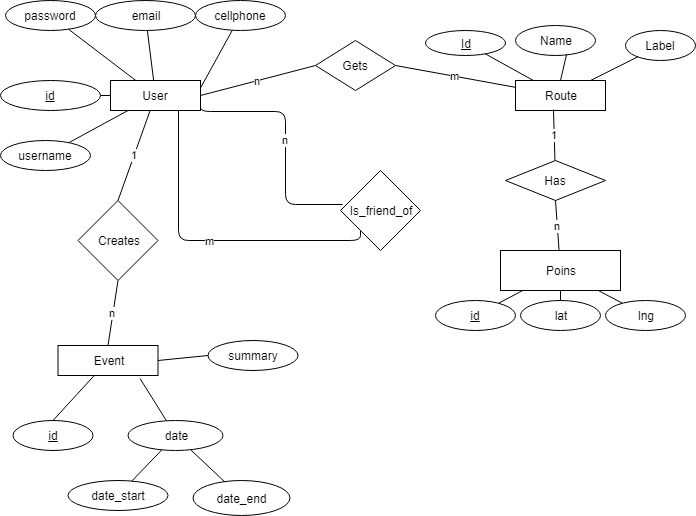
The draw.io diagram docs/CyClub DB E-R.png in santb08/CyClub, before a commit. Source tidied: cells renumbered, new cells last; positions are measured from the earlier drawing's top-left corner, leaving out a move shared by most shapes.
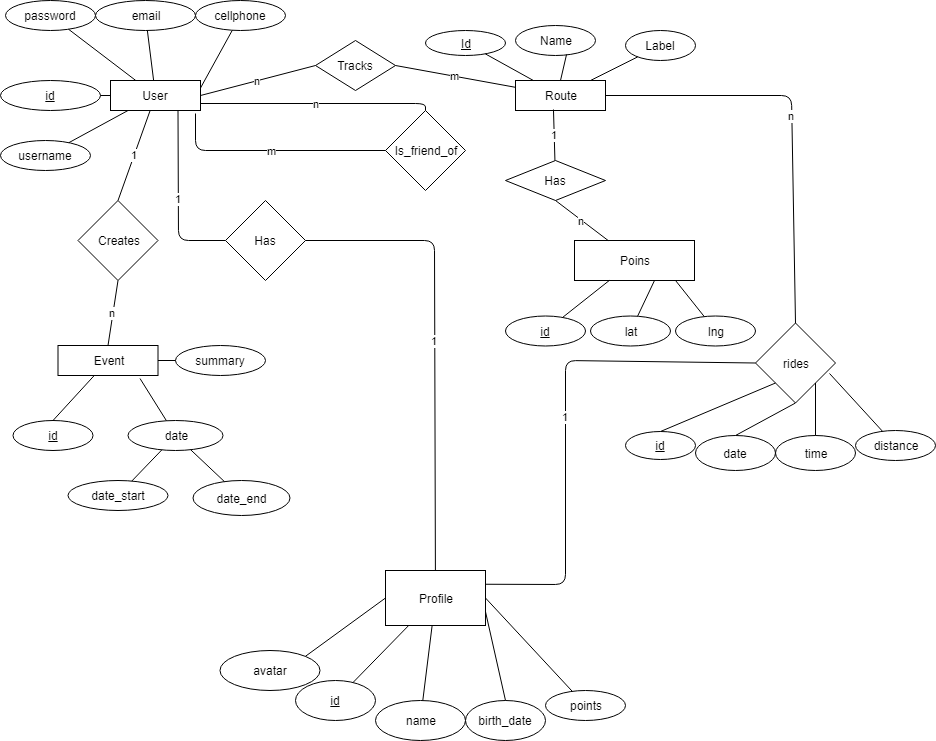
After the commit.

The edit, as a diff of the source:
```diff
@@ -35,7 +35,7 @@
     <mxCell id="12" style="endArrow=none;html=1;exitX=1;exitY=0.25;exitDx=0;exitDy=0;" parent="1" edge="1" source="2" target="9">
       <mxGeometry relative="1" as="geometry" />
     </mxCell>
-    <mxCell id="13" value="Gets" style="rhombus;whiteSpace=wrap;html=1;" parent="1" vertex="1">
+    <mxCell id="13" value="Tracks" style="rhombus;whiteSpace=wrap;html=1;" parent="1" vertex="1">
       <mxGeometry x="315" y="40" width="80" height="50" as="geometry" />
     </mxCell>
     <mxCell id="14" value="n" style="endArrow=none;html=1;entryX=0;entryY=0.5;entryDx=0;entryDy=0;exitX=1;exitY=0.5;exitDx=0;exitDy=0;" parent="1" edge="1" source="2" target="13">
@@ -48,20 +48,23 @@
       <mxGeometry relative="1" as="geometry" />
     </mxCell>
     <mxCell id="17" value="Is_friend_of" style="rhombus;whiteSpace=wrap;html=1;" parent="1" vertex="1">
-      <mxGeometry x="340" y="170" width="80" height="80" as="geometry" />
+      <mxGeometry x="385" y="110" width="80" height="80" as="geometry" />
     </mxCell>
-    <mxCell id="18" value="n" style="endArrow=none;html=1;exitX=0.025;exitY=0.425;exitDx=0;exitDy=0;exitPerimeter=0;edgeStyle=orthogonalEdgeStyle;entryX=1;entryY=0.75;entryDx=0;entryDy=0;" parent="1" edge="1" source="17" target="2">
+    <mxCell id="18" value="n" style="endArrow=none;html=1;exitX=0.5;exitY=0;exitDx=0;exitDy=0;edgeStyle=orthogonalEdgeStyle;entryX=1;entryY=0.75;entryDx=0;entryDy=0;" parent="1" edge="1" source="17" target="2">
       <mxGeometry relative="1" as="geometry">
         <Array as="points">
-          <mxPoint x="285" y="204" />
-          <mxPoint x="285" y="111" />
-          <mxPoint x="200" y="111" />
+          <mxPoint x="425" y="103" />
         </Array>
       </mxGeometry>
     </mxCell>
-    <mxCell id="19" value="m" style="endArrow=none;html=1;exitX=0;exitY=1;exitDx=0;exitDy=0;edgeStyle=elbowEdgeStyle;elbow=vertical;entryX=0.75;entryY=1;entryDx=0;entryDy=0;" parent="1" edge="1" source="17" target="2">
+    <mxCell id="19" value="m" style="endArrow=none;html=1;exitX=0;exitY=0.5;exitDx=0;exitDy=0;edgeStyle=elbowEdgeStyle;elbow=vertical;entryX=0.944;entryY=1.1;entryDx=0;entryDy=0;entryPerimeter=0;" parent="1" edge="1" source="17" target="2">
       <mxGeometry relative="1" as="geometry">
         <Array as="points">
+          <mxPoint x="355" y="150" />
+          <mxPoint x="385" y="170" />
+          <mxPoint x="385" y="180" />
+          <mxPoint x="225" y="130" />
+          <mxPoint x="345" y="170" />
           <mxPoint x="235" y="240" />
           <mxPoint x="315" y="250" />
           <mxPoint x="225" y="150" />
@@ -71,7 +74,7 @@
       </mxGeometry>
     </mxCell>
     <mxCell id="20" value="Poins" style="rounded=0;whiteSpace=wrap;html=1;" parent="1" vertex="1">
-      <mxGeometry x="500" y="250" width="120" height="40" as="geometry" />
+      <mxGeometry x="574" y="240" width="120" height="40" as="geometry" />
     </mxCell>
     <mxCell id="21" value="Has" style="rhombus;whiteSpace=wrap;html=1;" parent="1" vertex="1">
       <mxGeometry x="505" y="160" width="100" height="40" as="geometry" />
@@ -101,21 +104,23 @@
       <mxGeometry relative="1" as="geometry" />
     </mxCell>
     <mxCell id="30" value="id" style="ellipse;whiteSpace=wrap;html=1;fontStyle=4;" parent="1" vertex="1">
-      <mxGeometry x="435" y="300" width="80" height="30" as="geometry" />
+      <mxGeometry x="505" y="315.5" width="80" height="30" as="geometry" />
     </mxCell>
     <mxCell id="31" value="lat" style="ellipse;whiteSpace=wrap;html=1;" parent="1" vertex="1">
-      <mxGeometry x="520" y="300" width="80" height="30" as="geometry" />
+      <mxGeometry x="590" y="315.5" width="80" height="30" as="geometry" />
     </mxCell>
     <mxCell id="32" value="lng" style="ellipse;whiteSpace=wrap;html=1;" parent="1" vertex="1">
-      <mxGeometry x="605" y="300" width="80" height="30" as="geometry" />
+      <mxGeometry x="675" y="315.5" width="80" height="30" as="geometry" />
     </mxCell>
     <mxCell id="33" style="endArrow=none;html=1;" parent="1" edge="1" source="30" target="20">
       <mxGeometry relative="1" as="geometry" />
     </mxCell>
-    <mxCell id="34" style="endArrow=none;html=1;entryX=0.5;entryY=1;entryDx=0;entryDy=0;" parent="1" edge="1" source="31" target="20">
-      <mxGeometry relative="1" as="geometry" />
+    <mxCell id="34" style="endArrow=none;html=1;" parent="1" edge="1" source="31">
+      <mxGeometry relative="1" as="geometry">
+        <mxPoint x="654" y="280" as="targetPoint" />
+      </mxGeometry>
     </mxCell>
-    <mxCell id="35" style="endArrow=none;html=1;" parent="1" edge="1" source="32" target="20">
+    <mxCell id="35" style="endArrow=none;html=1;entryX=0.842;entryY=1;entryDx=0;entryDy=0;entryPerimeter=0;" parent="1" edge="1" source="32" target="20">
       <mxGeometry relative="1" as="geometry" />
     </mxCell>
     <mxCell id="36" value="Event" style="rounded=0;whiteSpace=wrap;html=1;" parent="1" vertex="1">
@@ -134,7 +139,7 @@
       <mxGeometry x="12.5" y="420" width="80" height="30" as="geometry" />
     </mxCell>
     <mxCell id="41" value="summary" style="ellipse;whiteSpace=wrap;html=1;" parent="1" vertex="1">
-      <mxGeometry x="207.5" y="340" width="90" height="30" as="geometry" />
+      <mxGeometry x="175" y="345" width="90" height="30" as="geometry" />
     </mxCell>
     <mxCell id="42" value="date" style="ellipse;whiteSpace=wrap;html=1;" parent="1" vertex="1">
       <mxGeometry x="127.5" y="420" width="95" height="30" as="geometry" />
@@ -160,5 +165,97 @@
     <mxCell id="49" style="endArrow=none;html=1;entryX=0.82;entryY=1.1;entryDx=0;entryDy=0;entryPerimeter=0;" parent="1" edge="1" source="42" target="36">
       <mxGeometry relative="1" as="geometry" />
     </mxCell>
+    <mxCell id="50" value="Profile" style="rounded=0;whiteSpace=wrap;html=1;" parent="1" vertex="1">
+      <mxGeometry x="385" y="570" width="100" height="55" as="geometry" />
+    </mxCell>
+    <mxCell id="51" value="1" style="endArrow=none;html=1;entryX=0.75;entryY=1;entryDx=0;entryDy=0;exitX=0;exitY=0.5;exitDx=0;exitDy=0;" parent="1" edge="1" source="52" target="2">
+      <mxGeometry relative="1" as="geometry">
+        <Array as="points">
+          <mxPoint x="178" y="240" />
+        </Array>
+      </mxGeometry>
+    </mxCell>
+    <mxCell id="52" value="Has" style="rhombus;whiteSpace=wrap;html=1;" parent="1" vertex="1">
+      <mxGeometry x="225" y="200" width="80" height="80" as="geometry" />
+    </mxCell>
+    <mxCell id="53" value="1" style="endArrow=none;html=1;entryX=1;entryY=0.5;entryDx=0;entryDy=0;" parent="1" edge="1" source="50" target="52">
+      <mxGeometry relative="1" as="geometry">
+        <Array as="points">
+          <mxPoint x="434" y="240" />
+        </Array>
+      </mxGeometry>
+    </mxCell>
+    <mxCell id="54" value="id" style="ellipse;whiteSpace=wrap;html=1;fontStyle=4;" parent="1" vertex="1">
+      <mxGeometry x="295" y="680" width="80" height="40" as="geometry" />
+    </mxCell>
+    <mxCell id="55" value="name" style="ellipse;whiteSpace=wrap;html=1;" parent="1" vertex="1">
+      <mxGeometry x="375" y="700" width="90" height="40" as="geometry" />
+    </mxCell>
+    <mxCell id="56" value="birth_date" style="ellipse;whiteSpace=wrap;html=1;" parent="1" vertex="1">
+      <mxGeometry x="465" y="700" width="80" height="40" as="geometry" />
+    </mxCell>
+    <mxCell id="57" value="date" style="ellipse;whiteSpace=wrap;html=1;" parent="1" vertex="1">
+      <mxGeometry x="695" y="435" width="80" height="35" as="geometry" />
+    </mxCell>
+    <mxCell id="58" value="rides" style="rhombus;whiteSpace=wrap;html=1;" parent="1" vertex="1">
+      <mxGeometry x="755" y="322.5" width="80" height="80" as="geometry" />
+    </mxCell>
+    <mxCell id="59" value="id" style="ellipse;whiteSpace=wrap;html=1;fontStyle=4;" parent="1" vertex="1">
+      <mxGeometry x="625" y="431" width="70" height="28" as="geometry" />
+    </mxCell>
+    <mxCell id="60" value="time" style="ellipse;whiteSpace=wrap;html=1;" parent="1" vertex="1">
+      <mxGeometry x="775" y="435" width="80" height="35" as="geometry" />
+    </mxCell>
+    <mxCell id="61" style="endArrow=none;html=1;" parent="1" edge="1" source="54" target="50">
+      <mxGeometry relative="1" as="geometry" />
+    </mxCell>
+    <mxCell id="62" style="endArrow=none;html=1;" parent="1" edge="1" source="55" target="50">
+      <mxGeometry relative="1" as="geometry" />
+    </mxCell>
+    <mxCell id="63" value="avatar" style="ellipse;whiteSpace=wrap;html=1;" parent="1" vertex="1">
+      <mxGeometry x="219.5" y="650" width="100" height="40" as="geometry" />
+    </mxCell>
+    <mxCell id="64" style="endArrow=none;html=1;entryX=1;entryY=0;entryDx=0;entryDy=0;exitX=0;exitY=0.5;exitDx=0;exitDy=0;" parent="1" edge="1" source="50" target="63">
+      <mxGeometry relative="1" as="geometry" />
+    </mxCell>
+    <mxCell id="65" style="endArrow=none;html=1;entryX=0.5;entryY=0;entryDx=0;entryDy=0;exitX=1;exitY=0.75;exitDx=0;exitDy=0;" parent="1" edge="1" source="50" target="56">
+      <mxGeometry relative="1" as="geometry" />
+    </mxCell>
+    <mxCell id="66" value="1" style="endArrow=none;html=1;entryX=1;entryY=0.25;entryDx=0;entryDy=0;exitX=0;exitY=0.5;exitDx=0;exitDy=0;" parent="1" edge="1" source="58" target="50">
+      <mxGeometry relative="1" as="geometry">
+        <Array as="points">
+          <mxPoint x="565" y="360" />
+          <mxPoint x="565" y="584" />
+        </Array>
+      </mxGeometry>
+    </mxCell>
+    <mxCell id="67" value="n" style="endArrow=none;html=1;entryX=1;entryY=0.5;entryDx=0;entryDy=0;exitX=0.5;exitY=0;exitDx=0;exitDy=0;" parent="1" edge="1" source="58" target="15">
+      <mxGeometry relative="1" as="geometry">
+        <Array as="points">
+          <mxPoint x="805" y="109" />
+        </Array>
+      </mxGeometry>
+    </mxCell>
+    <mxCell id="68" style="endArrow=none;html=1;entryX=0.5;entryY=0;entryDx=0;entryDy=0;exitX=0;exitY=1;exitDx=0;exitDy=0;" parent="1" edge="1" source="58" target="59">
+      <mxGeometry relative="1" as="geometry" />
+    </mxCell>
+    <mxCell id="69" style="endArrow=none;html=1;entryX=0.5;entryY=0;entryDx=0;entryDy=0;exitX=0.5;exitY=1;exitDx=0;exitDy=0;" parent="1" edge="1" source="58" target="57">
+      <mxGeometry relative="1" as="geometry" />
+    </mxCell>
+    <mxCell id="70" style="endArrow=none;html=1;entryX=1;entryY=1;entryDx=0;entryDy=0;" parent="1" edge="1" source="60" target="58">
+      <mxGeometry relative="1" as="geometry" />
+    </mxCell>
+    <mxCell id="71" value="distance" style="ellipse;whiteSpace=wrap;html=1;" parent="1" vertex="1">
+      <mxGeometry x="855" y="430" width="80" height="30" as="geometry" />
+    </mxCell>
+    <mxCell id="72" style="endArrow=none;html=1;entryX=0.925;entryY=0.631;entryDx=0;entryDy=0;entryPerimeter=0;" parent="1" edge="1" source="71" target="58">
+      <mxGeometry relative="1" as="geometry" />
+    </mxCell>
+    <mxCell id="73" value="points" style="ellipse;whiteSpace=wrap;html=1;" parent="1" vertex="1">
+      <mxGeometry x="545" y="690" width="80" height="30" as="geometry" />
+    </mxCell>
+    <mxCell id="74" style="endArrow=none;html=1;entryX=1;entryY=0.5;entryDx=0;entryDy=0;" parent="1" edge="1" source="73" target="50">
+      <mxGeometry relative="1" as="geometry" />
+    </mxCell>
   </root>
 </mxGraphModel>
```
